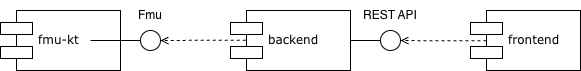
This is figures/diagramma-tirocinio.png from Sohaib-Ouakani/thesis-template, a draw.io export, as it was before one commit. Source tidied: cells renumbered, new cells last; positions are measured from the earlier drawing's top-left corner, leaving out a move shared by most shapes. The source it was exported from:
```xml
<mxGraphModel>
  <root>
    <mxCell id="0" />
    <mxCell id="1" parent="0" />
    <mxCell id="2" style="edgeStyle=orthogonalEdgeStyle;rounded=0;jettySize=auto;html=1;entryX=1;entryY=0.5;entryDx=0;entryDy=0;dashed=1;endArrow=open;endFill=0;exitX=0.145;exitY=0.505;exitDx=0;exitDy=0;exitPerimeter=0;" parent="1" edge="1" source="3" target="4">
      <mxGeometry x="-0.1" y="-10" relative="1" as="geometry" />
    </mxCell>
    <mxCell id="3" value="frontend" style="shape=component;align=left;spacingLeft=36;rounded=0;shadow=0;comic=0;labelBackgroundColor=none;strokeWidth=1;fontFamily=Verdana;fontSize=12;html=1;" parent="1" vertex="1">
      <mxGeometry x="470" y="10" width="110" height="60" as="geometry" />
    </mxCell>
    <mxCell id="4" style="ellipse;whiteSpace=wrap;html=1;rounded=0;shadow=0;comic=0;labelBackgroundColor=none;strokeWidth=1;fontFamily=Verdana;fontSize=12;align=center;" parent="1" vertex="1">
      <mxGeometry x="380" y="30" width="20" height="20" as="geometry" />
    </mxCell>
    <mxCell id="5" value="backend" style="shape=component;align=left;spacingLeft=36;rounded=0;shadow=0;comic=0;labelBackgroundColor=none;strokeWidth=1;fontFamily=Verdana;fontSize=12;html=1;" parent="1" vertex="1">
      <mxGeometry x="230" y="10" width="120" height="60" as="geometry" />
    </mxCell>
    <mxCell id="6" value="fmu-kt" style="shape=component;align=left;spacingLeft=36;rounded=0;shadow=0;comic=0;labelBackgroundColor=none;strokeWidth=1;fontFamily=Verdana;fontSize=12;html=1;" parent="1" vertex="1">
      <mxGeometry y="10" width="120" height="60" as="geometry" />
    </mxCell>
    <mxCell id="7" style="edgeStyle=elbowEdgeStyle;rounded=0;html=1;labelBackgroundColor=none;startArrow=none;startFill=0;startSize=8;endArrow=none;endFill=0;endSize=16;fontFamily=Verdana;fontSize=12;entryX=1;entryY=0.5;entryDx=0;entryDy=0;" parent="1" edge="1" source="4" target="5">
      <mxGeometry relative="1" as="geometry" />
    </mxCell>
    <mxCell id="8" value="REST API" style="text;html=1;whiteSpace=wrap;strokeColor=none;fillColor=none;align=center;verticalAlign=middle;rounded=0;" parent="1" vertex="1">
      <mxGeometry x="360" width="60" height="30" as="geometry" />
    </mxCell>
    <mxCell id="9" style="ellipse;whiteSpace=wrap;html=1;rounded=0;shadow=0;comic=0;labelBackgroundColor=none;strokeWidth=1;fontFamily=Verdana;fontSize=12;align=center;" parent="1" vertex="1">
      <mxGeometry x="140" y="30" width="20" height="20" as="geometry" />
    </mxCell>
    <mxCell id="10" style="edgeStyle=elbowEdgeStyle;rounded=0;html=1;labelBackgroundColor=none;startArrow=none;startFill=0;startSize=8;endArrow=none;endFill=0;endSize=16;fontFamily=Verdana;fontSize=12;entryX=1;entryY=0.5;entryDx=0;entryDy=0;" parent="1" edge="1">
      <mxGeometry relative="1" as="geometry">
        <mxPoint x="140" y="40" as="sourcePoint" />
        <mxPoint x="90" y="40" as="targetPoint" />
      </mxGeometry>
    </mxCell>
    <mxCell id="11" value="Fmu" style="text;html=1;whiteSpace=wrap;strokeColor=none;fillColor=none;align=center;verticalAlign=middle;rounded=0;" parent="1" vertex="1">
      <mxGeometry x="120" width="60" height="30" as="geometry" />
    </mxCell>
    <mxCell id="12" style="edgeStyle=orthogonalEdgeStyle;rounded=0;jettySize=auto;html=1;entryX=1;entryY=0.5;entryDx=0;entryDy=0;dashed=1;endArrow=open;endFill=0;exitX=0.127;exitY=0.497;exitDx=0;exitDy=0;exitPerimeter=0;" parent="1" edge="1" source="5" target="9">
      <mxGeometry x="-0.1" y="-10" relative="1" as="geometry">
        <mxPoint x="-6" y="-1" as="offset" />
      </mxGeometry>
    </mxCell>
  </root>
</mxGraphModel>
```
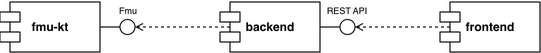
The same diagram one commit later.

Diff of the diagram source:
```diff
@@ -2,43 +2,62 @@
   <root>
     <mxCell id="0" />
     <mxCell id="1" parent="0" />
-    <mxCell id="2" style="edgeStyle=orthogonalEdgeStyle;rounded=0;jettySize=auto;html=1;entryX=1;entryY=0.5;entryDx=0;entryDy=0;dashed=1;endArrow=open;endFill=0;exitX=0.145;exitY=0.505;exitDx=0;exitDy=0;exitPerimeter=0;" parent="1" edge="1" source="3" target="4">
-      <mxGeometry x="-0.1" y="-10" relative="1" as="geometry" />
-    </mxCell>
+    <mxCell id="13" style="group;" parent="1" vertex="1">
+      <mxGeometry x="-100" y="90" width="100" height="50" as="geometry" />
+    </mxCell>
+    <mxCell id="14" value="&lt;div&gt;&lt;br&gt;&lt;/div&gt;" style="shape=module;align=left;spacingLeft=20;align=center;verticalAlign=top;whiteSpace=wrap;html=1;" parent="13" vertex="1">
+      <mxGeometry width="100" height="50" as="geometry" />
+    </mxCell>
+    <mxCell id="6" value="&lt;b&gt;fmu-kt&lt;/b&gt;" style="text;html=1;whiteSpace=wrap;strokeColor=none;fillColor=none;align=center;verticalAlign=middle;rounded=0;" parent="13" vertex="1">
+      <mxGeometry x="20" y="10" width="60" height="30" as="geometry" />
+    </mxCell>
+    <mxCell id="15" style="group;" parent="1" vertex="1">
+      <mxGeometry x="120" y="90" width="100" height="50" as="geometry" />
+    </mxCell>
+    <mxCell id="16" value="&lt;div&gt;&lt;br&gt;&lt;/div&gt;" style="shape=module;align=left;spacingLeft=20;align=center;verticalAlign=top;whiteSpace=wrap;html=1;" parent="15" vertex="1">
+      <mxGeometry width="100" height="50" as="geometry" />
+    </mxCell>
+    <mxCell id="5" value="&lt;b&gt;backend&lt;/b&gt;" style="text;html=1;whiteSpace=wrap;strokeColor=none;fillColor=none;align=center;verticalAlign=middle;rounded=0;" parent="15" vertex="1">
+      <mxGeometry x="15" y="10" width="70" height="30" as="geometry" />
+    </mxCell>
+    <mxCell id="17" style="group;" parent="1" vertex="1">
+      <mxGeometry x="340" y="90" width="100" height="50" as="geometry" />
+    </mxCell>
+    <mxCell id="18" value="&lt;div&gt;&lt;br&gt;&lt;/div&gt;" style="shape=module;align=left;spacingLeft=20;align=center;verticalAlign=top;whiteSpace=wrap;html=1;" parent="17" vertex="1">
+      <mxGeometry width="100" height="50" as="geometry" />
+    </mxCell>
-    <mxCell id="3" value="frontend" style="shape=component;align=left;spacingLeft=36;rounded=0;shadow=0;comic=0;labelBackgroundColor=none;strokeWidth=1;fontFamily=Verdana;fontSize=12;html=1;" parent="1" vertex="1">
-      <mxGeometry x="470" y="10" width="110" height="60" as="geometry" />
+    <mxCell id="3" value="&lt;b&gt;frontend&lt;/b&gt;" style="text;html=1;whiteSpace=wrap;strokeColor=none;fillColor=none;align=center;verticalAlign=middle;rounded=0;" parent="17" vertex="1">
+      <mxGeometry x="15" y="10" width="70" height="30" as="geometry" />
     </mxCell>
-    <mxCell id="4" style="ellipse;whiteSpace=wrap;html=1;rounded=0;shadow=0;comic=0;labelBackgroundColor=none;strokeWidth=1;fontFamily=Verdana;fontSize=12;align=center;" parent="1" vertex="1">
-      <mxGeometry x="380" y="30" width="20" height="20" as="geometry" />
-    </mxCell>
-    <mxCell id="5" value="backend" style="shape=component;align=left;spacingLeft=36;rounded=0;shadow=0;comic=0;labelBackgroundColor=none;strokeWidth=1;fontFamily=Verdana;fontSize=12;html=1;" parent="1" vertex="1">
-      <mxGeometry x="230" y="10" width="120" height="60" as="geometry" />
-    </mxCell>
-    <mxCell id="6" value="fmu-kt" style="shape=component;align=left;spacingLeft=36;rounded=0;shadow=0;comic=0;labelBackgroundColor=none;strokeWidth=1;fontFamily=Verdana;fontSize=12;html=1;" parent="1" vertex="1">
-      <mxGeometry y="10" width="120" height="60" as="geometry" />
-    </mxCell>
-    <mxCell id="7" style="edgeStyle=elbowEdgeStyle;rounded=0;html=1;labelBackgroundColor=none;startArrow=none;startFill=0;startSize=8;endArrow=none;endFill=0;endSize=16;fontFamily=Verdana;fontSize=12;entryX=1;entryY=0.5;entryDx=0;entryDy=0;" parent="1" edge="1" source="4" target="5">
-      <mxGeometry relative="1" as="geometry" />
-    </mxCell>
+    <mxCell id="19" style="edgeStyle=orthogonalEdgeStyle;rounded=0;jettySize=auto;html=1;dashed=1;endArrow=open;endFill=0;entryX=1;entryY=0.5;entryDx=0;entryDy=0;" parent="1" edge="1" target="20">
+      <mxGeometry relative="1" as="geometry">
+        <mxPoint x="130" y="115" as="sourcePoint" />
+      </mxGeometry>
+    </mxCell>
+    <mxCell id="20" style="ellipse;whiteSpace=wrap;html=1;" parent="1" vertex="1">
+      <mxGeometry x="20" y="107.5" width="15" height="15" as="geometry" />
+    </mxCell>
+    <mxCell id="21" style="edgeStyle=orthogonalEdgeStyle;rounded=0;jettySize=auto;html=1;exitX=1;exitY=0.5;exitDx=0;exitDy=0;entryX=0;entryY=0.5;entryDx=0;entryDy=0;endArrow=none;endFill=0;" parent="1" edge="1" source="14" target="20">
+      <mxGeometry relative="1" as="geometry" />
+    </mxCell>
+    <mxCell id="22" style="edgeStyle=orthogonalEdgeStyle;rounded=0;jettySize=auto;html=1;dashed=1;endArrow=open;endFill=0;entryX=1;entryY=0.5;entryDx=0;entryDy=0;" parent="1" edge="1" target="23">
+      <mxGeometry relative="1" as="geometry">
+        <mxPoint x="350" y="115" as="sourcePoint" />
+      </mxGeometry>
+    </mxCell>
+    <mxCell id="23" style="ellipse;whiteSpace=wrap;html=1;" parent="1" vertex="1">
+      <mxGeometry x="240" y="107.5" width="15" height="15" as="geometry" />
+    </mxCell>
+    <mxCell id="24" style="edgeStyle=orthogonalEdgeStyle;rounded=0;jettySize=auto;html=1;exitX=1;exitY=0.5;exitDx=0;exitDy=0;entryX=0;entryY=0.5;entryDx=0;entryDy=0;endArrow=none;endFill=0;" parent="1" edge="1" target="23">
+      <mxGeometry relative="1" as="geometry">
+        <mxPoint x="220" y="115" as="sourcePoint" />
+      </mxGeometry>
+    </mxCell>
+    <mxCell id="11" value="&lt;font style=&quot;font-size: 9px;&quot;&gt;Fmu&lt;/font&gt;" style="text;html=1;whiteSpace=wrap;strokeColor=none;fillColor=none;align=center;verticalAlign=middle;rounded=0;" parent="1" vertex="1">
+      <mxGeometry x="7.5" y="87.5" width="40" height="20" as="geometry" />
+    </mxCell>
-    <mxCell id="8" value="REST API" style="text;html=1;whiteSpace=wrap;strokeColor=none;fillColor=none;align=center;verticalAlign=middle;rounded=0;" parent="1" vertex="1">
-      <mxGeometry x="360" width="60" height="30" as="geometry" />
+    <mxCell id="8" value="&lt;font style=&quot;font-size: 9px;&quot;&gt;REST API&lt;/font&gt;" style="text;html=1;whiteSpace=wrap;strokeColor=none;fillColor=none;align=center;verticalAlign=middle;rounded=0;" parent="1" vertex="1">
+      <mxGeometry x="221.2" y="87.5" width="52.5" height="20" as="geometry" />
     </mxCell>
-    <mxCell id="9" style="ellipse;whiteSpace=wrap;html=1;rounded=0;shadow=0;comic=0;labelBackgroundColor=none;strokeWidth=1;fontFamily=Verdana;fontSize=12;align=center;" parent="1" vertex="1">
-      <mxGeometry x="140" y="30" width="20" height="20" as="geometry" />
-    </mxCell>
-    <mxCell id="10" style="edgeStyle=elbowEdgeStyle;rounded=0;html=1;labelBackgroundColor=none;startArrow=none;startFill=0;startSize=8;endArrow=none;endFill=0;endSize=16;fontFamily=Verdana;fontSize=12;entryX=1;entryY=0.5;entryDx=0;entryDy=0;" parent="1" edge="1">
-      <mxGeometry relative="1" as="geometry">
-        <mxPoint x="140" y="40" as="sourcePoint" />
-        <mxPoint x="90" y="40" as="targetPoint" />
-      </mxGeometry>
-    </mxCell>
-    <mxCell id="11" value="Fmu" style="text;html=1;whiteSpace=wrap;strokeColor=none;fillColor=none;align=center;verticalAlign=middle;rounded=0;" parent="1" vertex="1">
-      <mxGeometry x="120" width="60" height="30" as="geometry" />
-    </mxCell>
-    <mxCell id="12" style="edgeStyle=orthogonalEdgeStyle;rounded=0;jettySize=auto;html=1;entryX=1;entryY=0.5;entryDx=0;entryDy=0;dashed=1;endArrow=open;endFill=0;exitX=0.127;exitY=0.497;exitDx=0;exitDy=0;exitPerimeter=0;" parent="1" edge="1" source="5" target="9">
-      <mxGeometry x="-0.1" y="-10" relative="1" as="geometry">
-        <mxPoint x="-6" y="-1" as="offset" />
-      </mxGeometry>
-    </mxCell>
   </root>
 </mxGraphModel>
```
